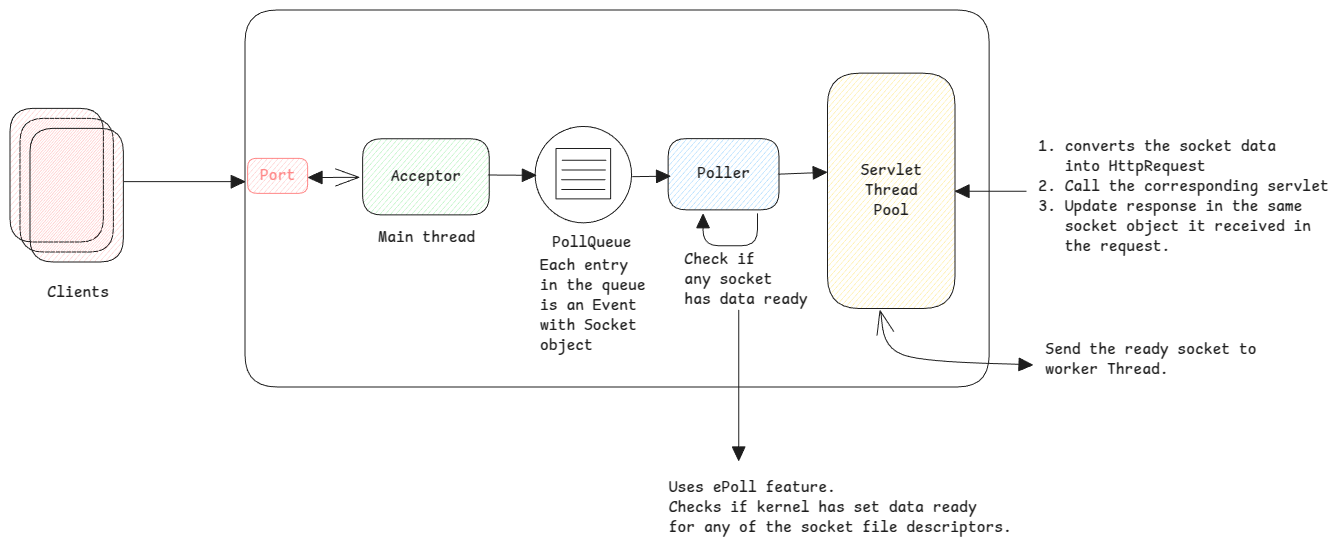
The Excalidraw diagram static/img/nio.excalidraw.png in swaroopar/inprogress-engineer, before a commit. Source tidied: one line per element, renumbered; positions are measured from the earlier drawing's top-left corner, leaving out a move shared by most shapes.
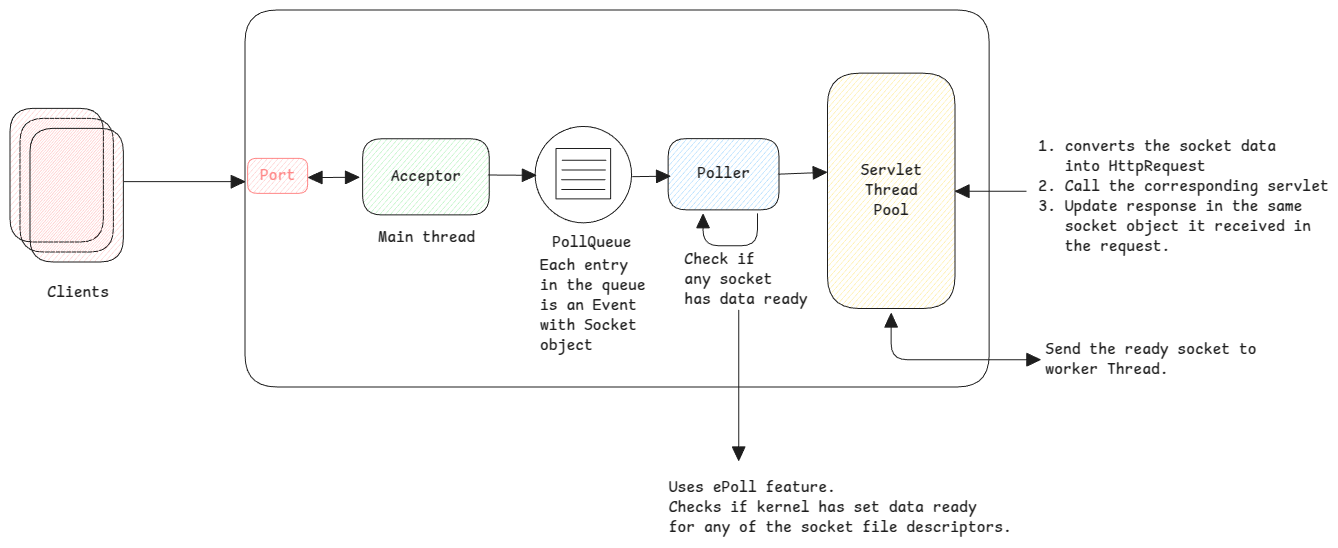
Later version of the same file.

Change to the diagram source:
```diff
@@ -1,7 +1,7 @@
 {"id": 0, "type": "rectangle", "strokeColor": "#1e1e1e", "strokeWidth": 1, "roughness": 0, "round": true, "x": 235, "y": 0, "width": 744, "height": 377}
 {"id": 1, "type": "rectangle", "strokeColor": "#1e1e1e", "backgroundColor": "#b2f2bb", "fillStyle": "hachure", "strokeWidth": 1, "roughness": 0, "round": true, "x": 353, "y": 129, "width": 127, "height": 76}
 {"id": 2, "type": "text", "text": "Acceptor", "strokeColor": "#1e1e1e", "strokeWidth": 2, "roughness": 1, "fontSize": 16, "fontFamily": 8, "textAlign": "center", "verticalAlign": "middle", "inside": 1, "x": 381, "y": 157, "width": 70, "height": 20}
-{"id": 3, "type": "arrow", "strokeColor": "#1e1e1e", "strokeWidth": 1, "roughness": 0, "startArrowhead": "arrow", "endArrowhead": "triangle", "round": true, "from": 1, "to": 4, "x": 349, "y": 167, "width": 50, "height": 0, "points": [[0, 0], [-50, 0]]}
+{"id": 3, "type": "arrow", "strokeColor": "#1e1e1e", "strokeWidth": 1, "roughness": 0, "startArrowhead": "triangle", "endArrowhead": "triangle", "round": true, "from": 1, "to": 4, "x": 349, "y": 167, "width": 50, "height": 0, "points": [[0, 0], [-50, 0]]}
 {"id": 4, "type": "rectangle", "strokeColor": "#ff8787", "backgroundColor": "#ffc9c9", "fillStyle": "hachure", "strokeWidth": 1, "roughness": 0, "round": true, "x": 238, "y": 148, "width": 60, "height": 35}
 {"id": 5, "type": "text", "text": "Port", "strokeColor": "#ff8787", "strokeWidth": 2, "roughness": 1, "fontSize": 16, "fontFamily": 8, "textAlign": "center", "verticalAlign": "middle", "inside": 4, "x": 250, "y": 156, "width": 35, "height": 20}
 {"id": 6, "type": "ellipse", "strokeColor": "#1e1e1e", "strokeWidth": 1, "roughness": 0, "round": true, "x": 525, "y": 116, "width": 96, "height": 96}
@@ -27,7 +27,7 @@
 {"id": 26, "type": "arrow", "strokeColor": "#1e1e1e", "backgroundColor": "#ffc9c9", "fillStyle": "hachure", "strokeWidth": 1, "roughness": 0, "endArrowhead": "triangle", "round": true, "to": 4, "x": 114, "y": 172, "width": 121, "height": 0, "points": [[0, 0], [121, 0]]}
 {"id": 27, "type": "rectangle", "strokeColor": "#1e1e1e", "backgroundColor": "#ffc9c9", "fillStyle": "hachure", "strokeWidth": 1, "roughness": 0, "round": true, "x": 0, "y": 98, "width": 93, "height": 134}
 {"id": 28, "type": "rectangle", "strokeColor": "#1e1e1e", "backgroundColor": "#ffc9c9", "fillStyle": "hachure", "strokeWidth": 1, "roughness": 0, "round": true, "x": 20, "y": 118, "width": 93, "height": 134}
-{"id": 29, "type": "arrow", "strokeColor": "#1e1e1e", "backgroundColor": "#ffec99", "fillStyle": "hachure", "strokeWidth": 1, "roughness": 0, "startArrowhead": "arrow", "endArrowhead": "triangle", "round": true, "from": 15, "to": 30, "x": 870, "y": 301, "width": 153, "height": 54, "points": [[0, 0], [23, 44], [153, 54]]}
+{"id": 29, "type": "arrow", "strokeColor": "#1e1e1e", "backgroundColor": "#ffec99", "fillStyle": "hachure", "strokeWidth": 1, "roughness": 0, "startArrowhead": "triangle", "endArrowhead": "triangle", "from": 15, "to": 30, "x": 881, "y": 303, "width": 149, "height": 46, "points": [[0, 0], [0, 46], [149, 46]]}
 {"id": 30, "type": "text", "text": "Send the ready socket to \nworker Thread. ", "strokeColor": "#1e1e1e", "backgroundColor": "#ffec99", "fillStyle": "hachure", "strokeWidth": 1, "roughness": 0, "fontSize": 16, "fontFamily": 8, "x": 1035, "y": 330, "width": 220, "height": 40}
 {"id": 31, "type": "text", "text": "1. converts the socket data \n   into HttpRequest\n2. Call the corresponding servlet\n3. Update response in the same \n   socket object it received in \n   the request.", "strokeColor": "#1e1e1e", "backgroundColor": "#ffec99", "fillStyle": "hachure", "strokeWidth": 1, "roughness": 0, "fontSize": 16, "fontFamily": 8, "x": 1028, "y": 127, "width": 290, "height": 120}
 {"id": 32, "type": "arrow", "strokeColor": "#1e1e1e", "backgroundColor": "#ffec99", "fillStyle": "hachure", "strokeWidth": 1, "roughness": 0, "endArrowhead": "triangle", "round": true, "to": 15, "x": 1016, "y": 181, "width": 71, "height": 0, "points": [[0, 0], [-71, 0]]}
```
